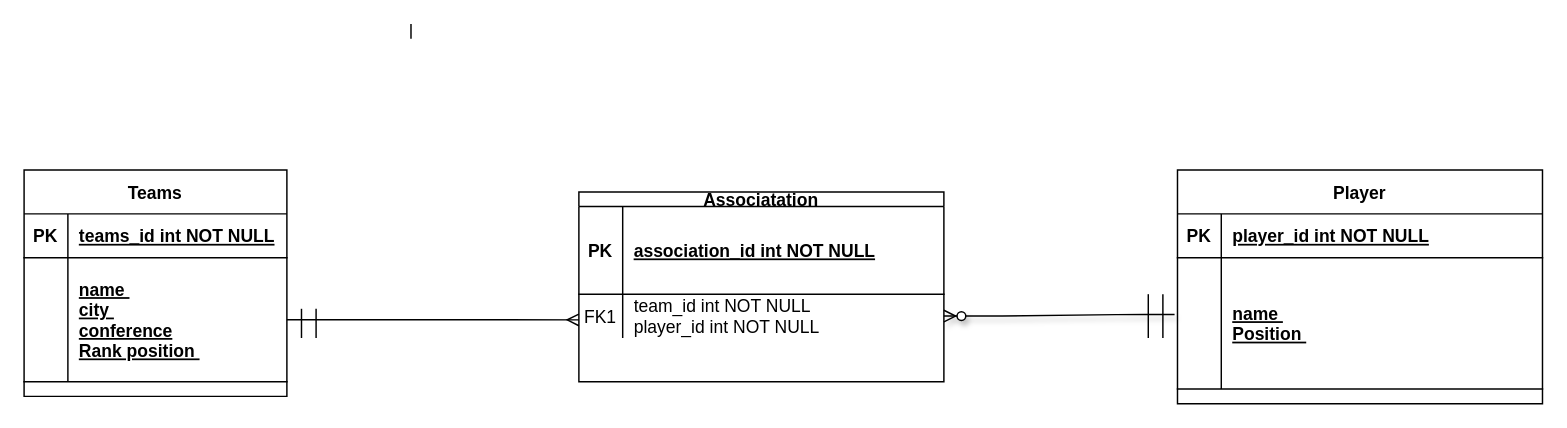
PhilipL1/project-bball keeps this draw.io diagram as page "Page-2" (2 of 2) of documentation/Untitled Diagram.drawio. Above is the earlier version. Source tidied: cells renumbered, new cells numbered last; positions are measured from the earlier drawing's top-left corner, leaving out a move shared by most shapes. Both pictures are drawn from the tidied source at 146%, with x=0, y=0 at pixel (23, 23).
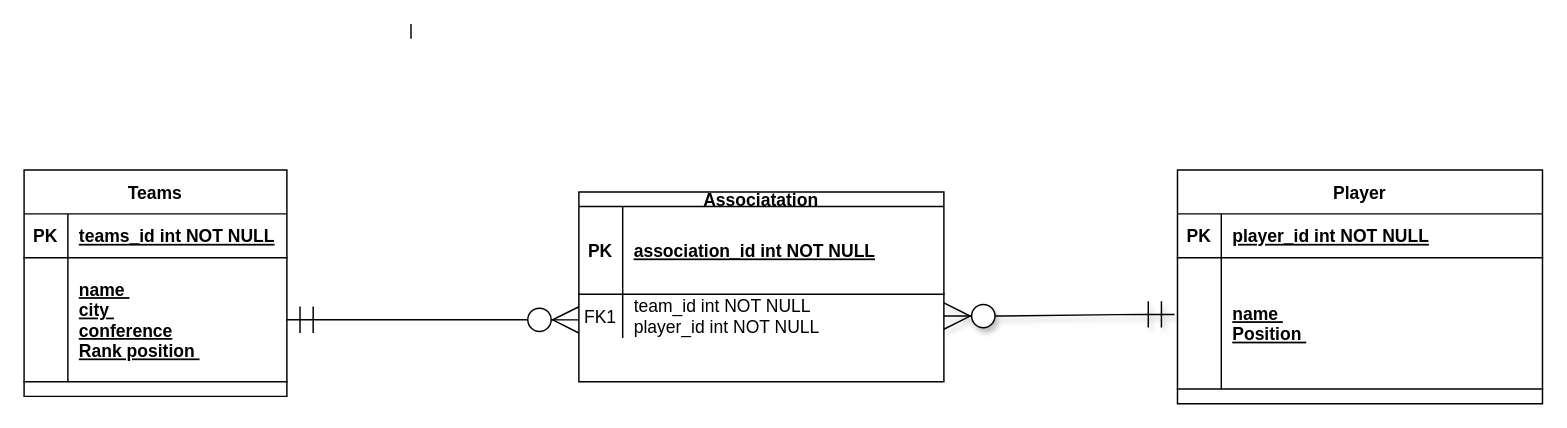
The same page after the edit.

Commit message:
changes many to many erd

The change refers to these unchanged cells:
```xml
<mxCell id="6" style="shape=partialRectangle;fillColor=none;points=[[0,0.5],[1,0.5]];portConstraint=eastwest;top=0;left=0;right=0;bottom=0;" parent="2" vertex="1">
  <mxGeometry y="70" width="250" height="30" as="geometry" />
</mxCell>
<mxCell id="13" style="shape=partialRectangle;fillColor=none;points=[[0,0.5],[1,0.5]];portConstraint=eastwest;top=0;left=0;right=0;bottom=1;" parent="9" vertex="1">
  <mxGeometry y="60" width="180" height="85" as="geometry" />
</mxCell>
<mxCell id="21" style="shape=partialRectangle;fillColor=none;points=[[0,0.5],[1,0.5]];portConstraint=eastwest;top=0;left=0;right=0;bottom=1;" parent="17" vertex="1">
  <mxGeometry y="60" width="250" height="90" as="geometry" />
</mxCell>
```

The edit, as a diff of the source:
```diff
@@
-    <mxCell id="24" style="edgeStyle=entityRelationEdgeStyle;endArrow=ERzeroToMany;startArrow=none;endFill=1;startFill=0;shadow=1;entryX=1;entryY=0.5;entryDx=0;entryDy=0;exitX=-0.008;exitY=0.432;exitDx=0;exitDy=0;exitPerimeter=0;" parent="1" edge="1" source="21" target="6">
+    <mxCell id="24" style="edgeStyle=entityRelationEdgeStyle;endArrow=ERzeroToMany;startArrow=ERmandOne;endFill=1;startFill=0;shadow=1;entryX=1;entryY=0.5;entryDx=0;entryDy=0;exitX=-0.008;exitY=0.432;exitDx=0;exitDy=0;exitPerimeter=0;endSize=16;startSize=16;" parent="1" edge="1" source="21" target="6">
       <mxGeometry relative="1" as="geometry" />
     </mxCell>
-    <mxCell id="25" style="endArrow=none;html=1;" parent="1" edge="1">
-      <mxGeometry relative="1" as="geometry">
-        <mxPoint x="780" y="215" as="sourcePoint" />
-        <mxPoint x="780" y="185" as="targetPoint" />
-      </mxGeometry>
-    </mxCell>
-    <mxCell id="26" style="endArrow=none;html=1;" parent="1" edge="1">
-      <mxGeometry relative="1" as="geometry">
-        <mxPoint x="770" y="215" as="sourcePoint" />
-        <mxPoint x="770" y="185" as="targetPoint" />
-      </mxGeometry>
-    </mxCell>
-    <mxCell id="27" style="edgeStyle=orthogonalEdgeStyle;rounded=0;jettySize=auto;html=1;exitX=1;exitY=0.5;exitDx=0;exitDy=0;endArrow=ERmany;endFill=0;" parent="1" edge="1" source="13">
+    <mxCell id="27" style="edgeStyle=orthogonalEdgeStyle;rounded=0;jettySize=auto;html=1;exitX=1;exitY=0.5;exitDx=0;exitDy=0;endArrow=ERzeroToMany;endFill=1;startArrow=ERmandOne;startFill=0;endSize=16;startSize=16;" parent="1" edge="1" source="13">
       <mxGeometry relative="1" as="geometry">
         <mxPoint x="380" y="202.6" as="targetPoint" />
       </mxGeometry>
     </mxCell>
-    <mxCell id="28" style="endArrow=none;html=1;" parent="1" edge="1">
-      <mxGeometry relative="1" as="geometry">
-        <mxPoint x="200" y="215" as="sourcePoint" />
-        <mxPoint x="200" y="195" as="targetPoint" />
-      </mxGeometry>
-    </mxCell>
-    <mxCell id="29" style="endArrow=none;html=1;" parent="1" edge="1">
-      <mxGeometry relative="1" as="geometry">
-        <mxPoint x="190" y="215" as="sourcePoint" />
-        <mxPoint x="190" y="195" as="targetPoint" />
-      </mxGeometry>
-    </mxCell>
```
